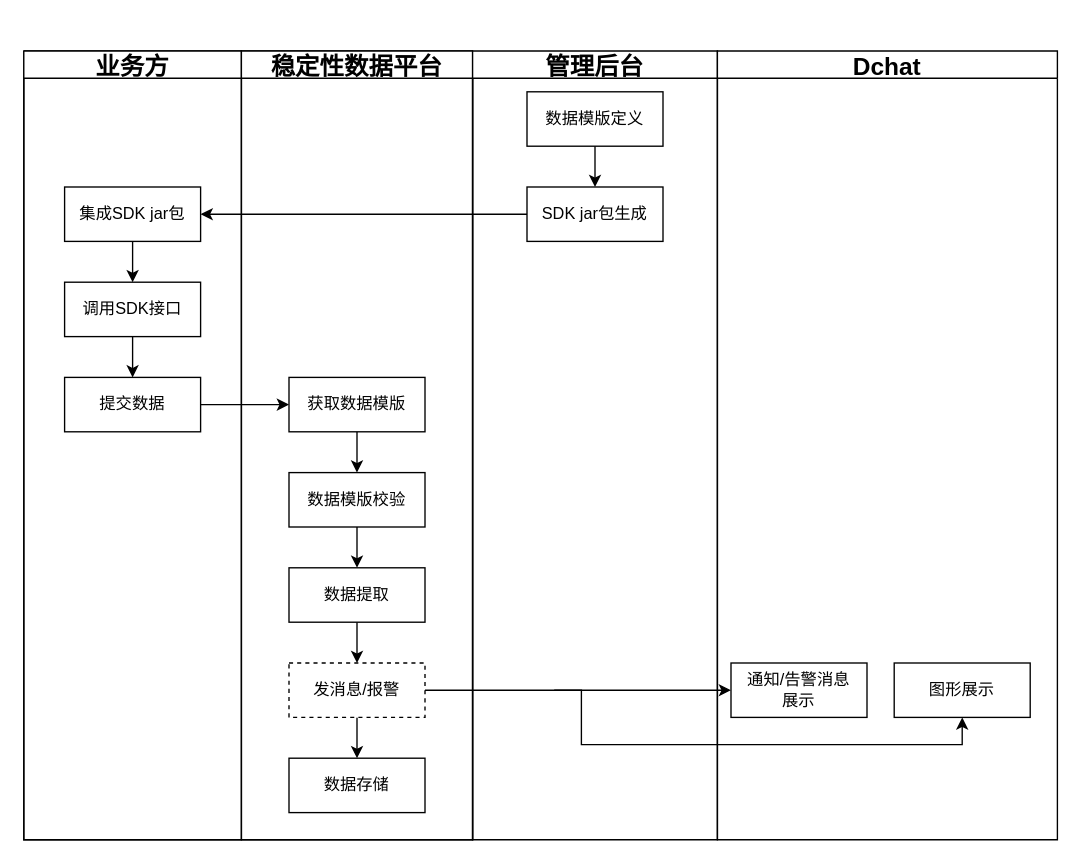
Earlier version of the draw.io diagram drawio/稳定性数据上报流程.drawio (xiaofang168/files). Source tidied: cells renumbered, new cells numbered last; positions are measured from the earlier drawing's top-left corner, leaving out a move shared by most shapes. Both pictures are drawn from the tidied source at 136%, with x=0, y=0 at pixel (23, 23).
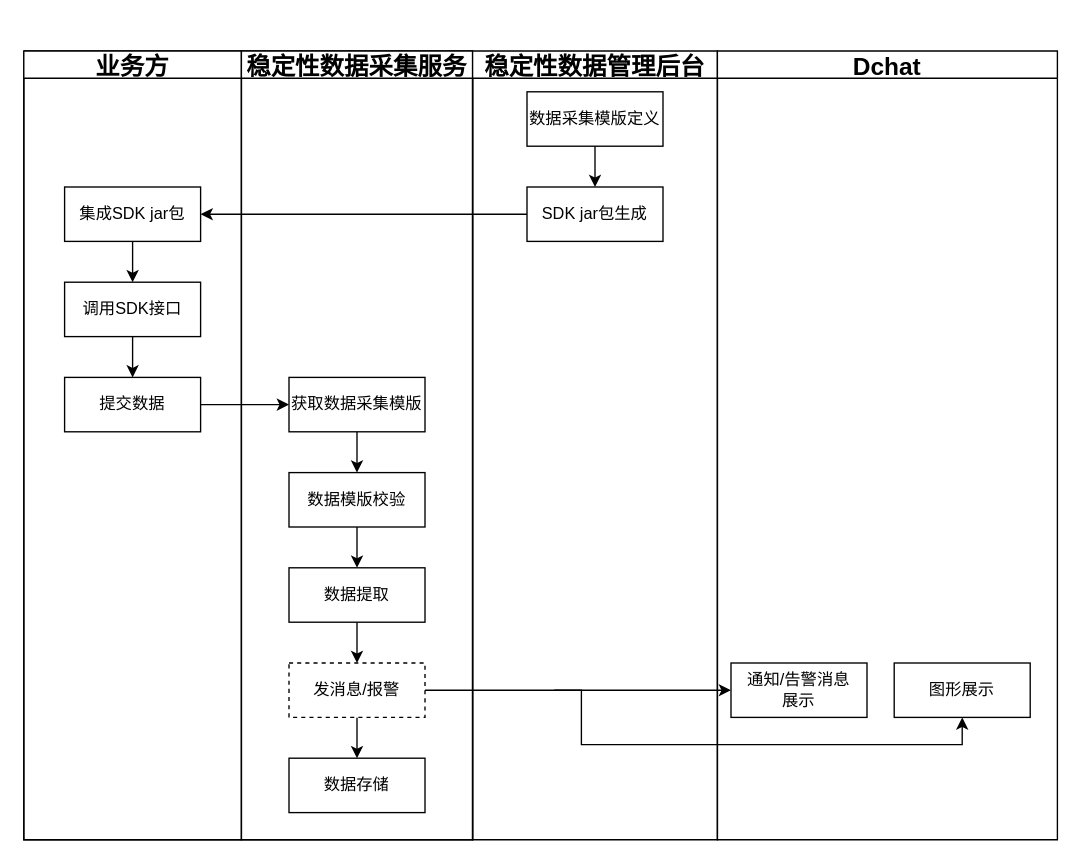
The same diagram, later.

Commit message:
Update 稳定性数据上报流程.drawio

The change refers to these unchanged cells:
```xml
<mxCell id="2" value="Pool" style="swimlane;startSize=20;rounded=0;shadow=0;glass=0;fontSize=18;strokeColor=default;strokeWidth=1;fillColor=default;noLabel=1;backgroundOutline=0;comic=0;enumerate=0;swimlaneBody=1;swimlaneHead=0;horizontal=1;swimlaneLine=1;" parent="1" vertex="1">
  <mxGeometry width="330" height="600" as="geometry" />
</mxCell>
```

Change to the diagram source:
```diff
@@
-    <mxCell id="9" value="稳定性数据平台" style="swimlane;startSize=20;rounded=0;shadow=0;glass=0;fontSize=18;strokeColor=default;strokeWidth=1;fillColor=default;" parent="2" vertex="1">
+    <mxCell id="9" value="稳定性数据采集服务" style="swimlane;startSize=20;rounded=0;shadow=0;glass=0;fontSize=18;strokeColor=default;strokeWidth=1;fillColor=default;" parent="2" vertex="1">
       <mxGeometry x="160" y="20" width="170" height="580" as="geometry" />
     </mxCell>
@@
-    <mxCell id="11" value="获取数据模版" style="rounded=0;whiteSpace=wrap;html=1;" parent="9" vertex="1">
+    <mxCell id="11" value="获取数据采集模版" style="rounded=0;whiteSpace=wrap;html=1;" parent="9" vertex="1">
       <mxGeometry x="35" y="240" width="100" height="40" as="geometry" />
     </mxCell>
@@
-    <mxCell id="20" value="管理后台" style="swimlane;startSize=20;rounded=0;shadow=0;glass=0;fontSize=18;strokeColor=default;strokeWidth=1;fillColor=default;" parent="1" vertex="1">
+    <mxCell id="20" value="稳定性数据管理后台" style="swimlane;startSize=20;rounded=0;shadow=0;glass=0;fontSize=18;strokeColor=default;strokeWidth=1;fillColor=default;" parent="1" vertex="1">
       <mxGeometry x="330" y="20" width="180" height="580" as="geometry" />
     </mxCell>
@@
-    <mxCell id="22" value="数据模版定义" style="rounded=0;whiteSpace=wrap;html=1;" parent="20" vertex="1">
+    <mxCell id="22" value="数据采集模版定义" style="rounded=0;whiteSpace=wrap;html=1;" parent="20" vertex="1">
       <mxGeometry x="40" y="30" width="100" height="40" as="geometry" />
     </mxCell>
```
